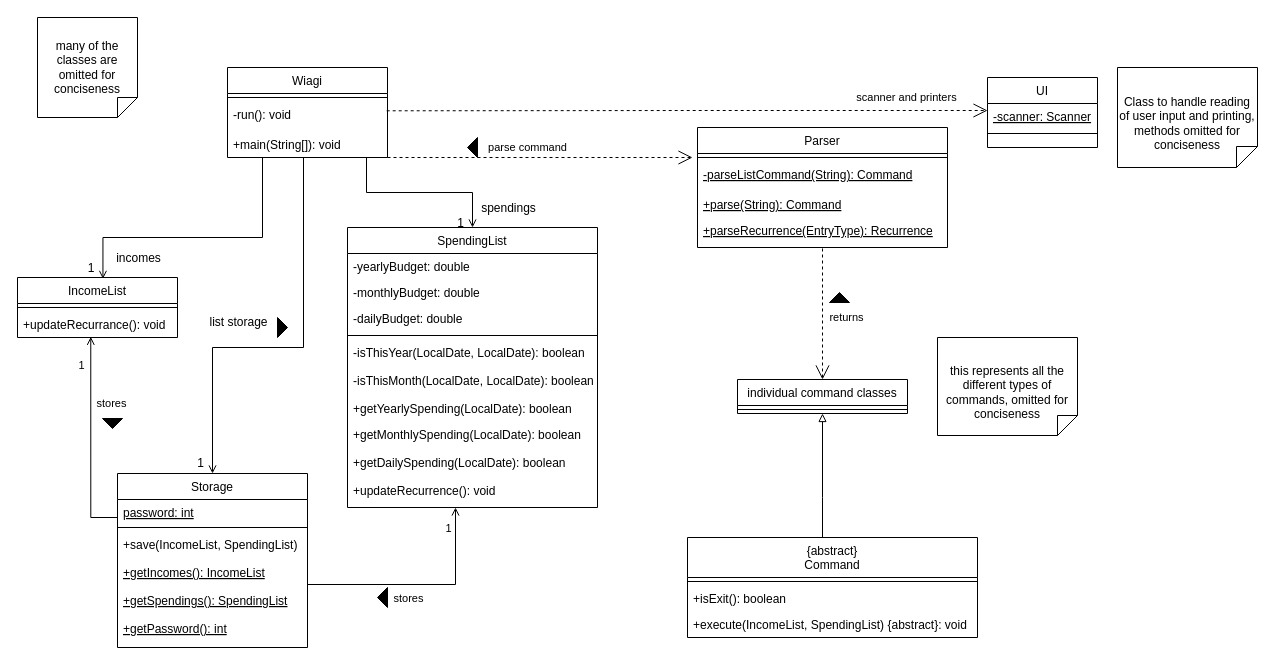
This is docs/Diagrams/Overall/overallClass.drawio from wongwh2002/CS2113TeamProject, a draw.io file, before an edit. Source tidied: cells renumbered, new cells numbered last; positions are measured from the earlier drawing's top-left corner, leaving out a move shared by most shapes. Both pictures are drawn from the tidied source at 100%, with x=0, y=0 at pixel (17, 17).
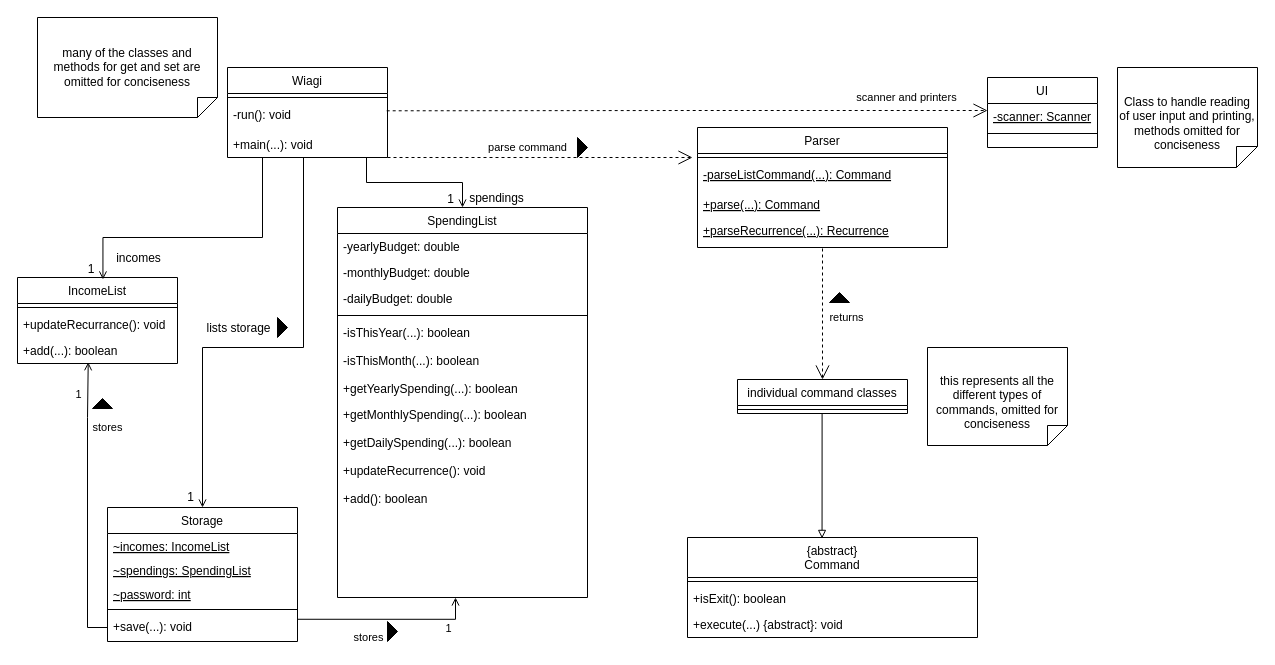
Above is the later version.

Unchanged cells that the change refers to:
```xml
<mxCell id="2" value="Wiagi" style="swimlane;fontStyle=0;align=center;verticalAlign=top;horizontal=1;startSize=26;rounded=0;shadow=0;strokeWidth=1;" parent="1" vertex="1">
  <mxGeometry x="210" y="50" width="160" height="90" as="geometry" />
</mxCell>
<mxCell id="8" value="+updateRecurrance(): void" style="text;align=left;verticalAlign=top;spacingLeft=4;spacingRight=4;overflow=hidden;points=[[0,0.5],[1,0.5]];portConstraint=eastwest;" parent="6" vertex="1">
  <mxGeometry y="34" width="160" height="26" as="geometry" />
</mxCell>
<mxCell id="27" style="endArrow=open;shadow=0;strokeWidth=1;rounded=0;curved=0;endFill=1;edgeStyle=elbowEdgeStyle;elbow=vertical;" parent="1" edge="1" target="16">
  <mxGeometry x="0.5" y="41" relative="1" as="geometry">
    <mxPoint x="349" y="140" as="sourcePoint" />
    <mxPoint x="-40" y="32" as="offset" />
  </mxGeometry>
</mxCell>
<mxCell id="35" style="endArrow=open;shadow=0;strokeWidth=1;rounded=0;curved=0;endFill=1;edgeStyle=elbowEdgeStyle;elbow=vertical;entryX=0.5;entryY=0;entryDx=0;entryDy=0;" parent="1" edge="1" target="9">
  <mxGeometry x="0.5" y="41" relative="1" as="geometry">
    <mxPoint x="286" y="140" as="sourcePoint" />
    <Array as="points">
      <mxPoint x="280" y="330" />
    </Array>
    <mxPoint x="-40" y="32" as="offset" />
  </mxGeometry>
</mxCell>
<mxCell id="51" value="Parser" style="swimlane;fontStyle=0;align=center;verticalAlign=top;horizontal=1;startSize=26;rounded=0;shadow=0;strokeWidth=1;" parent="1" vertex="1">
  <mxGeometry x="680" y="110" width="250" height="120" as="geometry" />
</mxCell>
<mxCell id="58" value="&lt;span style=&quot;font-weight: 400;&quot;&gt;{abstract}&lt;br&gt;Command&lt;/span&gt;" style="swimlane;fontStyle=1;align=center;verticalAlign=top;horizontal=1;startSize=40;whiteSpace=wrap;html=1;" parent="1" vertex="1">
  <mxGeometry x="670" y="520" width="290" height="100" as="geometry" />
</mxCell>
<mxCell id="62" value="&lt;span style=&quot;font-weight: normal;&quot;&gt;individual command classes&lt;/span&gt;" style="swimlane;fontStyle=1;align=center;verticalAlign=top;horizontal=1;startSize=26;whiteSpace=wrap;html=1;" parent="1" vertex="1">
  <mxGeometry x="720" y="362" width="170" height="34" as="geometry" />
</mxCell>
```

Diff of the diagram source:
```diff
@@
-    <mxCell id="5" value="+main(String[]): void" style="text;align=left;verticalAlign=top;spacingLeft=4;spacingRight=4;overflow=hidden;" parent="2" vertex="1">
+    <mxCell id="5" value="+main(...): void" style="text;align=left;verticalAlign=top;spacingLeft=4;spacingRight=4;overflow=hidden;" parent="2" vertex="1">
       <mxGeometry y="64" width="160" height="26" as="geometry" />
     </mxCell>
     <mxCell id="6" value="IncomeList" style="swimlane;fontStyle=0;align=center;verticalAlign=top;horizontal=1;startSize=26;rounded=0;shadow=0;strokeWidth=1;" parent="1" vertex="1">
-      <mxGeometry y="260" width="160" height="60" as="geometry" />
+      <mxGeometry y="260" width="160" height="86" as="geometry" />
     </mxCell>
@@
+    <mxCell id="73" value="+add(...): boolean" style="text;align=left;verticalAlign=top;spacingLeft=4;spacingRight=4;overflow=hidden;points=[[0,0.5],[1,0.5]];portConstraint=eastwest;" parent="6" vertex="1">
+      <mxGeometry y="60" width="160" height="26" as="geometry" />
+    </mxCell>
     <mxCell id="9" value="Storage" style="swimlane;fontStyle=0;align=center;verticalAlign=top;horizontal=1;startSize=26;rounded=0;shadow=0;strokeWidth=1;" parent="1" vertex="1">
-      <mxGeometry x="100" y="456" width="190" height="174" as="geometry" />
+      <mxGeometry x="90" y="490" width="190" height="134" as="geometry" />
     </mxCell>
-    <mxCell id="10" value="password: int" style="text;align=left;verticalAlign=top;spacingLeft=4;spacingRight=4;overflow=hidden;points=[[0,0.5],[1,0.5]];portConstraint=eastwest;fontStyle=4;" parent="9" vertex="1">
+    <mxCell id="10" value="~incomes: IncomeList" style="text;align=left;verticalAlign=top;spacingLeft=4;spacingRight=4;overflow=hidden;points=[[0,0.5],[1,0.5]];portConstraint=eastwest;fontStyle=4;" parent="9" vertex="1">
       <mxGeometry y="26" width="190" height="24" as="geometry" />
     </mxCell>
+    <mxCell id="74" value="~spendings: SpendingList" style="text;align=left;verticalAlign=top;spacingLeft=4;spacingRight=4;overflow=hidden;fontStyle=4;" parent="9" vertex="1">
+      <mxGeometry y="50" width="190" height="24" as="geometry" />
+    </mxCell>
+    <mxCell id="75" value="~password: int" style="text;align=left;verticalAlign=top;spacingLeft=4;spacingRight=4;overflow=hidden;fontStyle=4;" parent="9" vertex="1">
+      <mxGeometry y="74" width="190" height="24" as="geometry" />
+    </mxCell>
     <mxCell id="11" style="line;html=1;strokeWidth=1;align=left;verticalAlign=middle;spacingTop=-1;spacingLeft=3;spacingRight=3;labelPosition=right;" parent="9" vertex="1">
-      <mxGeometry y="50" width="190" height="8" as="geometry" />
+      <mxGeometry y="98" width="190" height="8" as="geometry" />
     </mxCell>
-    <mxCell id="12" value="+save(IncomeList, SpendingList)" style="text;align=left;verticalAlign=top;spacingLeft=4;spacingRight=4;overflow=hidden;points=[[0,0.5],[1,0.5]];portConstraint=eastwest;" parent="9" vertex="1">
-      <mxGeometry y="58" width="190" height="28" as="geometry" />
+    <mxCell id="12" value="+save(...): void" style="text;align=left;verticalAlign=top;spacingLeft=4;spacingRight=4;overflow=hidden;points=[[0,0.5],[1,0.5]];portConstraint=eastwest;" parent="9" vertex="1">
+      <mxGeometry y="106" width="190" height="28" as="geometry" />
     </mxCell>
-    <mxCell id="13" value="+getIncomes(): IncomeList" style="text;align=left;verticalAlign=top;spacingLeft=4;spacingRight=4;overflow=hidden;fontStyle=4;" parent="9" vertex="1">
-      <mxGeometry y="86" width="190" height="28" as="geometry" />
-    </mxCell>
-    <mxCell id="14" value="+getSpendings(): SpendingList" style="text;align=left;verticalAlign=top;spacingLeft=4;spacingRight=4;overflow=hidden;fontStyle=4;" parent="9" vertex="1">
-      <mxGeometry y="114" width="190" height="28" as="geometry" />
-    </mxCell>
-    <mxCell id="15" value="+getPassword(): int" style="text;align=left;verticalAlign=top;spacingLeft=4;spacingRight=4;overflow=hidden;fontStyle=4;" parent="9" vertex="1">
-      <mxGeometry y="142" width="190" height="28" as="geometry" />
-    </mxCell>
     <mxCell id="16" value="SpendingList" style="swimlane;fontStyle=0;align=center;verticalAlign=top;horizontal=1;startSize=26;rounded=0;shadow=0;strokeWidth=1;" parent="1" vertex="1">
-      <mxGeometry x="330" y="210" width="250" height="280" as="geometry" />
+      <mxGeometry x="320" y="190" width="250" height="390" as="geometry" />
     </mxCell>
@@
-    <mxCell id="21" value="-isThisYear(LocalDate, LocalDate): boolean" style="text;align=left;verticalAlign=top;spacingLeft=4;spacingRight=4;overflow=hidden;" parent="16" vertex="1">
+    <mxCell id="21" value="-isThisYear(...): boolean" style="text;align=left;verticalAlign=top;spacingLeft=4;spacingRight=4;overflow=hidden;" parent="16" vertex="1">
       <mxGeometry y="112" width="250" height="28" as="geometry" />
     </mxCell>
-    <mxCell id="22" value="-isThisMonth(LocalDate, LocalDate): boolean" style="text;align=left;verticalAlign=top;spacingLeft=4;spacingRight=4;overflow=hidden;" parent="16" vertex="1">
+    <mxCell id="22" value="-isThisMonth(...): boolean" style="text;align=left;verticalAlign=top;spacingLeft=4;spacingRight=4;overflow=hidden;" parent="16" vertex="1">
       <mxGeometry y="140" width="250" height="28" as="geometry" />
     </mxCell>
-    <mxCell id="23" value="+getYearlySpending(LocalDate): boolean" style="text;align=left;verticalAlign=top;spacingLeft=4;spacingRight=4;overflow=hidden;" parent="16" vertex="1">
+    <mxCell id="23" value="+getYearlySpending(...): boolean" style="text;align=left;verticalAlign=top;spacingLeft=4;spacingRight=4;overflow=hidden;" parent="16" vertex="1">
       <mxGeometry y="168" width="250" height="26" as="geometry" />
     </mxCell>
-    <mxCell id="24" value="+getMonthlySpending(LocalDate): boolean" style="text;align=left;verticalAlign=top;spacingLeft=4;spacingRight=4;overflow=hidden;" parent="16" vertex="1">
+    <mxCell id="24" value="+getMonthlySpending(...): boolean" style="text;align=left;verticalAlign=top;spacingLeft=4;spacingRight=4;overflow=hidden;" parent="16" vertex="1">
       <mxGeometry y="194" width="250" height="28" as="geometry" />
     </mxCell>
-    <mxCell id="25" value="+getDailySpending(LocalDate): boolean" style="text;align=left;verticalAlign=top;spacingLeft=4;spacingRight=4;overflow=hidden;" parent="16" vertex="1">
+    <mxCell id="25" value="+getDailySpending(...): boolean" style="text;align=left;verticalAlign=top;spacingLeft=4;spacingRight=4;overflow=hidden;" parent="16" vertex="1">
       <mxGeometry y="222" width="250" height="28" as="geometry" />
     </mxCell>
@@
+    <mxCell id="76" value="+add(): boolean&#10;" style="text;align=left;verticalAlign=top;spacingLeft=4;spacingRight=4;overflow=hidden;" parent="16" vertex="1">
+      <mxGeometry y="278" width="250" height="28" as="geometry" />
+    </mxCell>
@@
     <mxCell id="29" value="1" style="align=right;verticalAlign=bottom;labelBackgroundColor=none;fontSize=12;" parent="27" vertex="1">
       <mxGeometry x="1" relative="1" as="geometry">
-        <mxPoint x="-7" y="4" as="offset" />
+        <mxPoint x="-7" as="offset" />
       </mxGeometry>
     </mxCell>
@@
-    <mxCell id="38" value="list storage" style="text;html=1;align=center;verticalAlign=middle;labelBackgroundColor=none;rounded=0;shadow=0;strokeWidth=1;fontSize=12;" parent="35" vertex="1">
+    <mxCell id="38" value="lists storage" style="text;html=1;align=center;verticalAlign=middle;labelBackgroundColor=none;rounded=0;shadow=0;strokeWidth=1;fontSize=12;" parent="35" vertex="1">
       <mxGeometry x="0.5" y="49" relative="1" as="geometry">
-        <mxPoint x="-24" y="-50" as="offset" />
+        <mxPoint x="-14" y="-67" as="offset" />
       </mxGeometry>
     </mxCell>
-    <mxCell id="39" style="edgeStyle=orthogonalEdgeStyle;rounded=0;jettySize=auto;html=1;entryX=0.458;entryY=0.974;entryDx=0;entryDy=0;entryPerimeter=0;endArrow=open;endFill=0;" parent="1" edge="1" source="10" target="8">
+    <mxCell id="39" style="edgeStyle=orthogonalEdgeStyle;rounded=0;jettySize=auto;html=1;endArrow=open;endFill=0;entryX=0.442;entryY=0.952;entryDx=0;entryDy=0;entryPerimeter=0;exitX=0;exitY=0.5;exitDx=0;exitDy=0;" parent="1" edge="1" source="12" target="73">
       <mxGeometry relative="1" as="geometry">
         <Array as="points">
-          <mxPoint x="73" y="500" />
+          <mxPoint x="70" y="610" />
+          <mxPoint x="70" y="400" />
+          <mxPoint x="71" y="400" />
         </Array>
       </mxGeometry>
     </mxCell>
@@
     <mxCell id="41" value="stores" style="edgeLabel;html=1;align=center;verticalAlign=middle;" parent="39" vertex="1">
       <mxGeometry x="0.82" y="-3" relative="1" as="geometry">
-        <mxPoint x="17" y="48" as="offset" />
+        <mxPoint x="16" y="39" as="offset" />
       </mxGeometry>
     </mxCell>
@@
-    <mxCell id="44" style="edgeStyle=orthogonalEdgeStyle;rounded=0;orthogonalLoop=1;jettySize=auto;html=1;endArrow=open;endFill=0;" parent="1" edge="1">
+    <mxCell id="44" style="edgeStyle=orthogonalEdgeStyle;rounded=0;jettySize=auto;html=1;endArrow=open;endFill=0;exitX=1.001;exitY=0.206;exitDx=0;exitDy=0;exitPerimeter=0;" parent="1" edge="1" source="12">
       <mxGeometry relative="1" as="geometry">
-        <mxPoint x="290" y="567" as="sourcePoint" />
-        <mxPoint x="438" y="490" as="targetPoint" />
+        <mxPoint x="438" y="580" as="targetPoint" />
         <Array as="points">
-          <mxPoint x="438" y="567" />
+          <mxPoint x="438" y="602" />
         </Array>
       </mxGeometry>
     </mxCell>
     <mxCell id="45" value="stores" style="edgeLabel;html=1;align=center;verticalAlign=middle;" parent="44" vertex="1">
       <mxGeometry x="0.78" y="1" relative="1" as="geometry">
-        <mxPoint x="-47" y="65" as="offset" />
+        <mxPoint x="-87" y="20" as="offset" />
       </mxGeometry>
     </mxCell>
     <mxCell id="46" value="1" style="edgeLabel;html=1;align=center;verticalAlign=middle;" parent="44" vertex="1">
       <mxGeometry x="0.82" y="2" relative="1" as="geometry">
-        <mxPoint x="-6" as="offset" />
+        <mxPoint x="-6" y="14" as="offset" />
       </mxGeometry>
     </mxCell>
@@
-    <mxCell id="53" value="-parseListCommand(String): Command" style="text;align=left;verticalAlign=top;spacingLeft=4;spacingRight=4;overflow=hidden;fontStyle=4;" parent="51" vertex="1">
+    <mxCell id="53" value="-parseListCommand(...): Command" style="text;align=left;verticalAlign=top;spacingLeft=4;spacingRight=4;overflow=hidden;fontStyle=4;" parent="51" vertex="1">
       <mxGeometry y="34" width="250" height="30" as="geometry" />
     </mxCell>
-    <mxCell id="54" value="+parse(String): Command" style="text;align=left;verticalAlign=top;spacingLeft=4;spacingRight=4;overflow=hidden;fontStyle=4;" parent="51" vertex="1">
+    <mxCell id="54" value="+parse(...): Command" style="text;align=left;verticalAlign=top;spacingLeft=4;spacingRight=4;overflow=hidden;fontStyle=4;" parent="51" vertex="1">
       <mxGeometry y="64" width="250" height="26" as="geometry" />
     </mxCell>
-    <mxCell id="55" value="+parseRecurrence(EntryType): Recurrence" style="text;align=left;verticalAlign=top;spacingLeft=4;spacingRight=4;overflow=hidden;fontStyle=4;" parent="51" vertex="1">
+    <mxCell id="55" value="+parseRecurrence(...): Recurrence" style="text;align=left;verticalAlign=top;spacingLeft=4;spacingRight=4;overflow=hidden;fontStyle=4;" parent="51" vertex="1">
       <mxGeometry y="90" width="250" height="30" as="geometry" />
     </mxCell>
@@
-    <mxCell id="57" style="edgeStyle=orthogonalEdgeStyle;rounded=0;jettySize=auto;html=1;exitX=0.5;exitY=0;exitDx=0;exitDy=0;entryX=0.5;entryY=1;entryDx=0;entryDy=0;endArrow=block;endFill=0;" parent="1" edge="1" source="58" target="62">
+    <mxCell id="57" style="edgeStyle=orthogonalEdgeStyle;rounded=0;jettySize=auto;html=1;exitX=0.5;exitY=1;exitDx=0;exitDy=0;endArrow=block;endFill=0;entryX=0.464;entryY=0.009;entryDx=0;entryDy=0;entryPerimeter=0;" parent="1" edge="1" source="62" target="58">
       <mxGeometry relative="1" as="geometry">
         <Array as="points">
-          <mxPoint x="805" y="480" />
-          <mxPoint x="805" y="480" />
+          <mxPoint x="805" y="521" />
         </Array>
       </mxGeometry>
     </mxCell>
@@
-    <mxCell id="61" value="+execute(IncomeList, SpendingList) {abstract}: void" style="text;strokeColor=none;fillColor=none;align=left;verticalAlign=top;spacingLeft=4;spacingRight=4;overflow=hidden;whiteSpace=wrap;html=1;" parent="58" vertex="1">
+    <mxCell id="61" value="+execute(...) {abstract}: void" style="text;strokeColor=none;fillColor=none;align=left;verticalAlign=top;spacingLeft=4;spacingRight=4;overflow=hidden;whiteSpace=wrap;html=1;" parent="58" vertex="1">
       <mxGeometry y="74" width="290" height="26" as="geometry" />
     </mxCell>
@@
-    <mxCell id="65" value="many of the classes are omitted for conciseness" style="shape=note;size=20;whiteSpace=wrap;html=1;flipV=1;" parent="1" vertex="1">
-      <mxGeometry x="20" width="100" height="100" as="geometry" />
+    <mxCell id="65" value="many of the classes and methods for get and set are omitted for conciseness" style="shape=note;size=20;whiteSpace=wrap;html=1;flipV=1;" parent="1" vertex="1">
+      <mxGeometry x="20" width="180" height="100" as="geometry" />
     </mxCell>
@@
     <mxCell id="67" value="this represents all the different types of commands, omitted for conciseness" style="shape=note2;boundedLbl=1;whiteSpace=wrap;html=1;size=20;verticalAlign=top;align=center;flipV=1;" parent="1" vertex="1">
-      <mxGeometry x="920" y="320" width="140" height="98" as="geometry" />
+      <mxGeometry x="910" y="330" width="140" height="98" as="geometry" />
     </mxCell>
@@
-    <mxCell id="69" style="triangle;whiteSpace=wrap;html=1;fillColor=#000000;rotation=-180;" parent="1" vertex="1">
-      <mxGeometry x="450" y="120" width="10" height="20" as="geometry" />
+    <mxCell id="69" style="triangle;whiteSpace=wrap;html=1;fillColor=#000000;rotation=0;" parent="1" vertex="1">
+      <mxGeometry x="560" y="120" width="10" height="20" as="geometry" />
     </mxCell>
-    <mxCell id="70" style="triangle;whiteSpace=wrap;html=1;fillColor=#000000;rotation=0;" parent="1" vertex="1">
-      <mxGeometry x="260" y="300" width="10" height="20" as="geometry" />
-    </mxCell>
-    <mxCell id="71" style="triangle;whiteSpace=wrap;html=1;fillColor=#000000;rotation=90;" parent="1" vertex="1">
-      <mxGeometry x="90" y="396" width="10" height="20" as="geometry" />
+    <mxCell id="71" style="triangle;whiteSpace=wrap;html=1;fillColor=#000000;rotation=-90;" parent="1" vertex="1">
+      <mxGeometry x="80" y="376" width="10" height="20" as="geometry" />
     </mxCell>
-    <mxCell id="72" style="triangle;whiteSpace=wrap;html=1;fillColor=#000000;rotation=-180;" parent="1" vertex="1">
-      <mxGeometry x="360" y="570" width="10" height="20" as="geometry" />
+    <mxCell id="72" style="triangle;whiteSpace=wrap;html=1;fillColor=#000000;rotation=0;" parent="1" vertex="1">
+      <mxGeometry x="370" y="604" width="10" height="20" as="geometry" />
     </mxCell>
+    <mxCell id="70" style="triangle;whiteSpace=wrap;html=1;fillColor=#000000;rotation=0;" parent="1" vertex="1">
+      <mxGeometry x="260" y="300" width="10" height="20" as="geometry" />
+    </mxCell>
```
